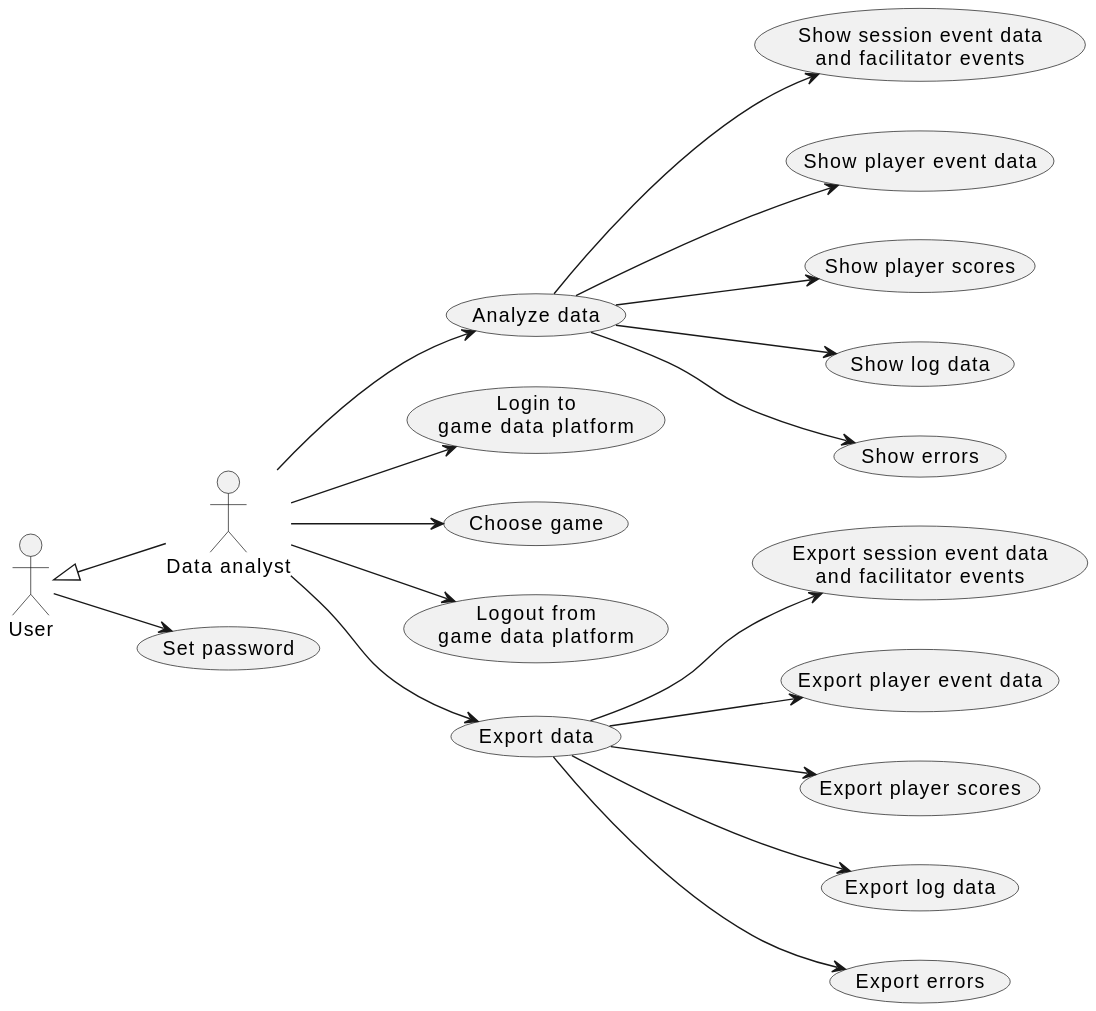
This is doc/1-use-cases/diagrams/game-data-analysis.svg from averbraeck/gscg-design, a PlantUML export, as it was before one commit.
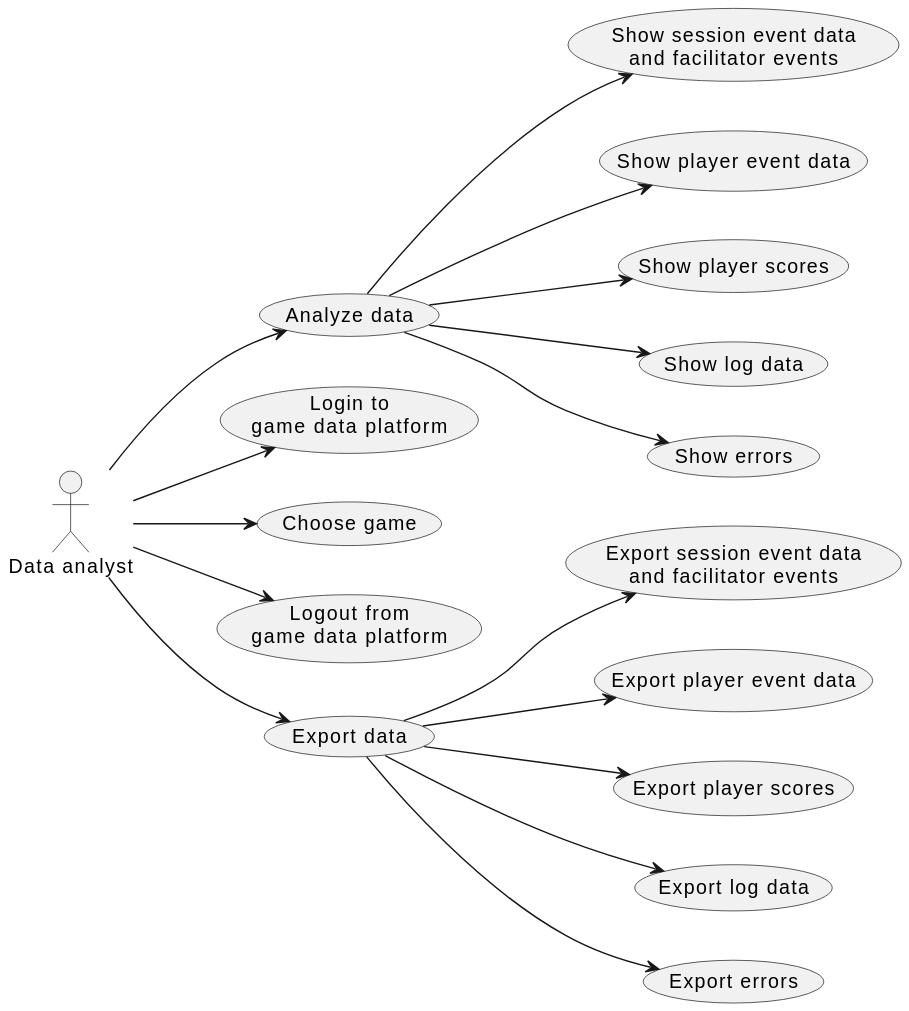
Later version of the same file.

Change to the diagram source:
```diff
@@ -2,9 +2,6 @@
 left to right direction
 
 "Data analyst" as DA
-User <|-- DA
-
-User --> (Set password)
 
 DA --> (Analyze data)
 (Analyze data) --> (Show session event data\nand facilitator events)
```
